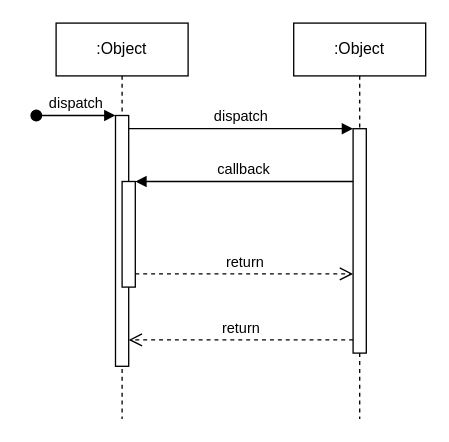
Before: AIServer/sequence.drawio in HaeZuo/NewMit, a draw.io diagram. Source tidied: cells renumbered, new cells numbered last; positions are measured from the earlier drawing's top-left corner, leaving out a move shared by most shapes. Both pictures are drawn from the tidied source at 132%, with x=0, y=0 at pixel (36, 22).
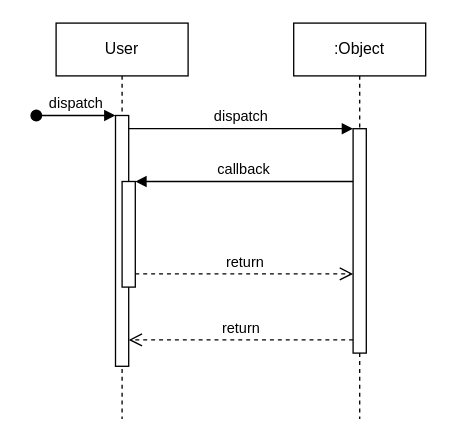
The same page after the edit.

What changed in the source:
```diff
@@
 <mxGraphModel>
   <root>
     <mxCell id="0" />
     <mxCell id="1" parent="0" />
-    <mxCell id="2" value=":Object" style="shape=umlLifeline;perimeter=lifelinePerimeter;whiteSpace=wrap;html=1;newEdgeStyle={&quot;edgeStyle&quot;:&quot;elbowEdgeStyle&quot;,&quot;elbow&quot;:&quot;vertical&quot;,&quot;curved&quot;:0,&quot;rounded&quot;:0};" parent="1" vertex="1">
+    <mxCell id="2" value="User" style="shape=umlLifeline;perimeter=lifelinePerimeter;whiteSpace=wrap;html=1;newEdgeStyle={&quot;edgeStyle&quot;:&quot;elbowEdgeStyle&quot;,&quot;elbow&quot;:&quot;vertical&quot;,&quot;curved&quot;:0,&quot;rounded&quot;:0};" parent="1" vertex="1">
       <mxGeometry x="15" width="100" height="300" as="geometry" />
     </mxCell>
     <mxCell id="3" style="html=1;points=[];perimeter=orthogonalPerimeter;outlineConnect=0;targetShapes=umlLifeline;portConstraint=eastwest;newEdgeStyle={&quot;edgeStyle&quot;:&quot;elbowEdgeStyle&quot;,&quot;elbow&quot;:&quot;vertical&quot;,&quot;curved&quot;:0,&quot;rounded&quot;:0};" parent="2" vertex="1">
       <mxGeometry x="45" y="70" width="10" height="190" as="geometry" />
     </mxCell>
     <mxCell id="4" value="dispatch" style="html=1;verticalAlign=bottom;startArrow=oval;endArrow=block;startSize=8;edgeStyle=elbowEdgeStyle;elbow=vertical;curved=0;rounded=0;" parent="2" edge="1" target="3">
       <mxGeometry relative="1" as="geometry">
         <mxPoint x="-15" y="70" as="sourcePoint" />
       </mxGeometry>
     </mxCell>
     <mxCell id="5" style="html=1;points=[];perimeter=orthogonalPerimeter;outlineConnect=0;targetShapes=umlLifeline;portConstraint=eastwest;newEdgeStyle={&quot;edgeStyle&quot;:&quot;elbowEdgeStyle&quot;,&quot;elbow&quot;:&quot;vertical&quot;,&quot;curved&quot;:0,&quot;rounded&quot;:0};" parent="2" vertex="1">
       <mxGeometry x="50" y="120" width="10" height="80" as="geometry" />
     </mxCell>
     <mxCell id="6" value=":Object" style="shape=umlLifeline;perimeter=lifelinePerimeter;whiteSpace=wrap;html=1;newEdgeStyle={&quot;edgeStyle&quot;:&quot;elbowEdgeStyle&quot;,&quot;elbow&quot;:&quot;vertical&quot;,&quot;curved&quot;:0,&quot;rounded&quot;:0};" parent="1" vertex="1">
       <mxGeometry x="195" width="100" height="300" as="geometry" />
     </mxCell>
     <mxCell id="7" style="html=1;points=[];perimeter=orthogonalPerimeter;outlineConnect=0;targetShapes=umlLifeline;portConstraint=eastwest;newEdgeStyle={&quot;edgeStyle&quot;:&quot;elbowEdgeStyle&quot;,&quot;elbow&quot;:&quot;vertical&quot;,&quot;curved&quot;:0,&quot;rounded&quot;:0};" parent="6" vertex="1">
       <mxGeometry x="45" y="80" width="10" height="170" as="geometry" />
     </mxCell>
     <mxCell id="8" value="dispatch" style="html=1;verticalAlign=bottom;endArrow=block;edgeStyle=elbowEdgeStyle;elbow=vertical;curved=0;rounded=0;" parent="1" edge="1" source="3" target="7">
       <mxGeometry relative="1" as="geometry">
         <Array as="points">
           <mxPoint x="155" y="80" />
         </Array>
       </mxGeometry>
     </mxCell>
     <mxCell id="9" value="return" style="html=1;verticalAlign=bottom;endArrow=open;dashed=1;endSize=8;edgeStyle=elbowEdgeStyle;elbow=vertical;curved=0;rounded=0;" parent="1" edge="1" source="7" target="3">
       <mxGeometry relative="1" as="geometry">
         <Array as="points">
           <mxPoint x="165" y="240" />
         </Array>
       </mxGeometry>
     </mxCell>
     <mxCell id="10" value="callback" style="html=1;verticalAlign=bottom;endArrow=block;edgeStyle=elbowEdgeStyle;elbow=vertical;curved=0;rounded=0;" parent="1" edge="1" source="7" target="5">
       <mxGeometry relative="1" as="geometry">
         <Array as="points">
           <mxPoint x="165" y="120" />
         </Array>
       </mxGeometry>
     </mxCell>
     <mxCell id="11" value="return" style="html=1;verticalAlign=bottom;endArrow=open;dashed=1;endSize=8;edgeStyle=elbowEdgeStyle;elbow=vertical;curved=0;rounded=0;" parent="1" edge="1" source="5" target="7">
       <mxGeometry relative="1" as="geometry">
         <Array as="points">
           <mxPoint x="155" y="190" />
         </Array>
       </mxGeometry>
     </mxCell>
   </root>
 </mxGraphModel>
```
